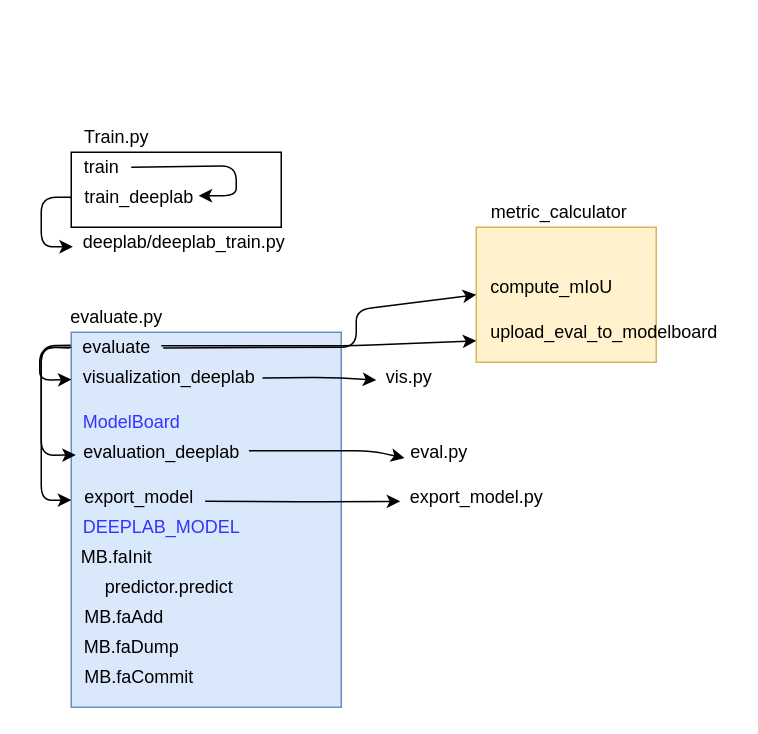
Before: Segmentation_Pipeline_Template_dev.drawio in JohnnyKuo99/AI, a draw.io diagram. Source tidied: cells renumbered, new cells numbered last; positions are measured from the earlier drawing's top-left corner, leaving out a move shared by most shapes. Both pictures are drawn from the tidied source at 150%, with x=0, y=0 at pixel (39, 122).
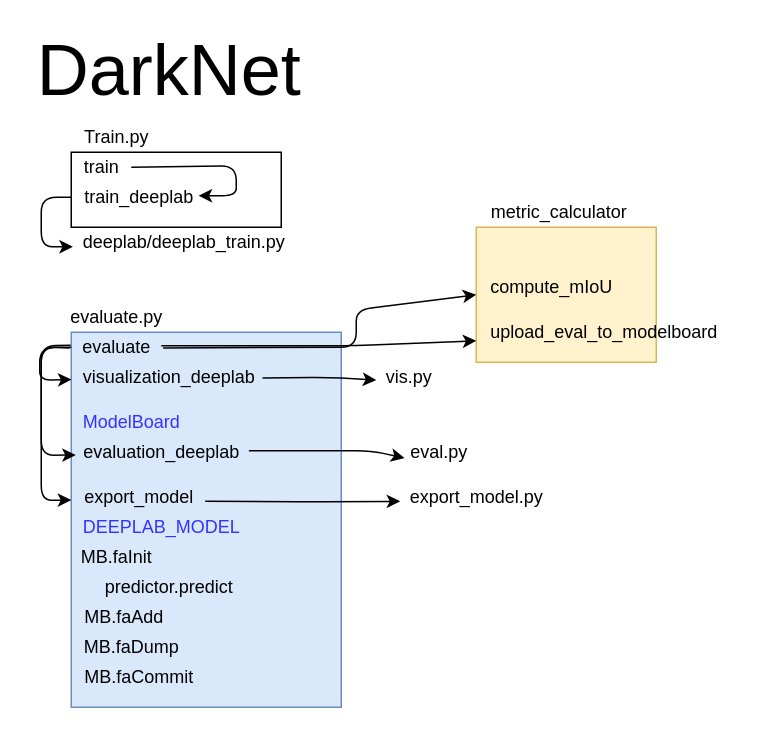
Above is the later version.

What changed in the source:
```diff
@@
+    <mxCell id="37" value="&lt;font style=&quot;font-size: 48px&quot;&gt;DarkNet&lt;/font&gt;" style="text;html=1;align=center;verticalAlign=middle;fillColor=none;strokeColor=none;rounded=0;" parent="1" vertex="1">
+      <mxGeometry x="-9" y="-50" width="190" height="30" as="geometry" />
+    </mxCell>
```
